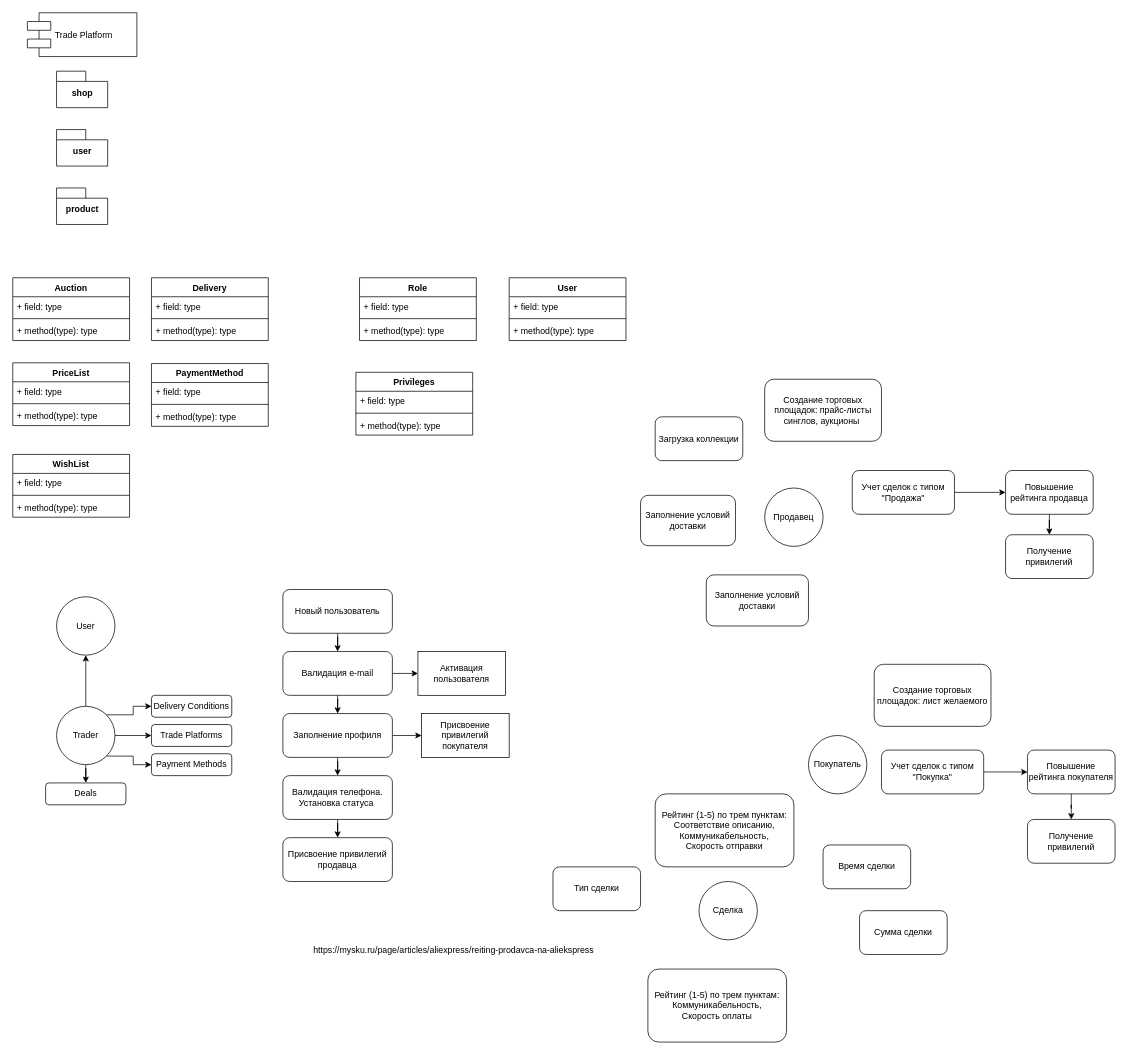
This is discard.drawio from Symryvvin/draw.io-filestorage, a draw.io file, before an edit. Source tidied: cells renumbered, new cells numbered last; positions are measured from the earlier drawing's top-left corner, leaving out a move shared by most shapes. Both pictures are drawn from the tidied source at 73%, with x=0, y=0 at pixel (12, 12).
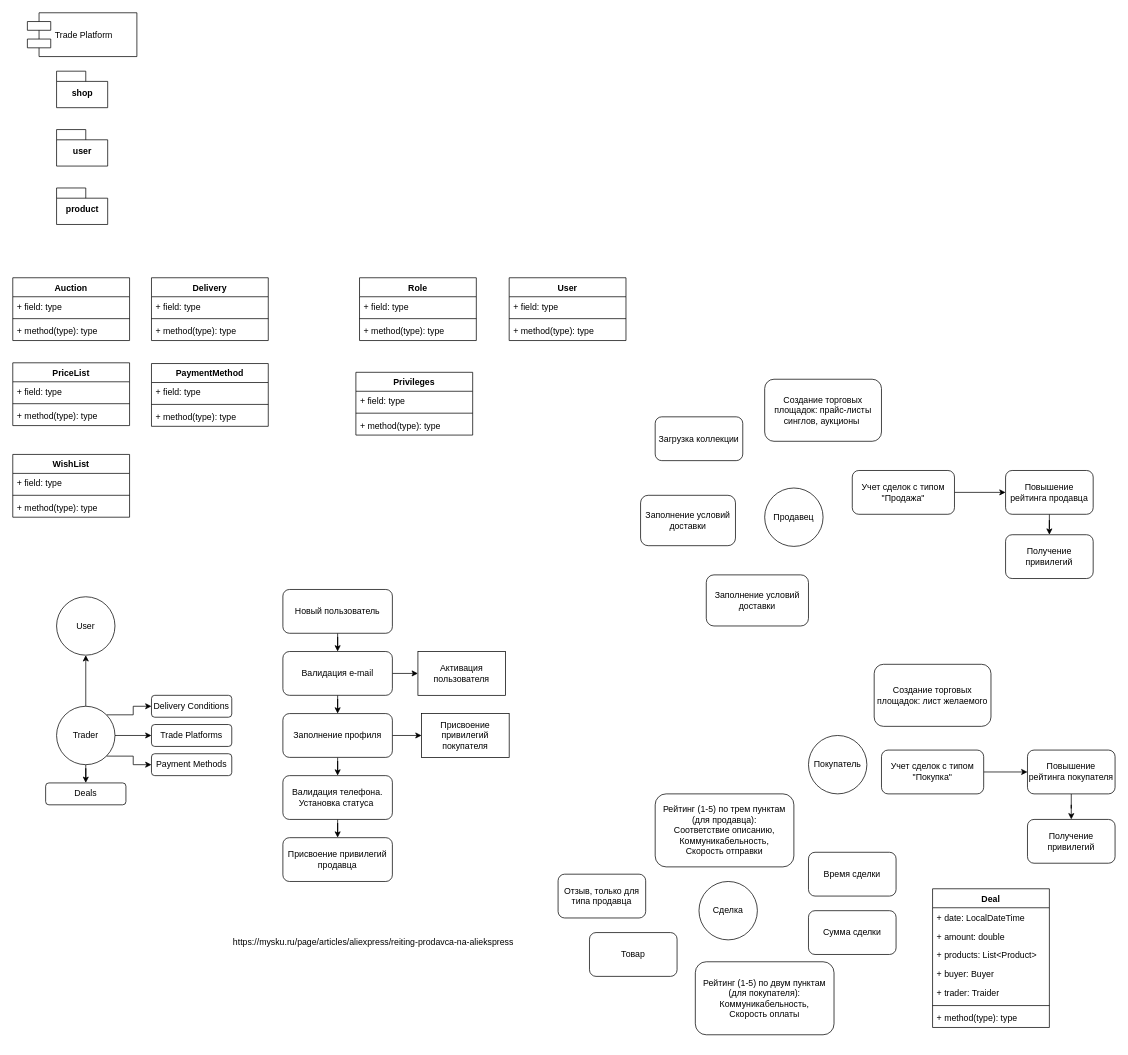
The same diagram, later.

Diff of the diagram source:
```diff
@@
-    <mxCell id="80" value="Рейтинг (1-5) по трем пунктам:&lt;br&gt;Соответствие описанию,&lt;br&gt;Коммуникабельность,&lt;br&gt;Скорость отправки" style="rounded=1;whiteSpace=wrap;html=1;" parent="1" vertex="1">
+    <mxCell id="80" value="Рейтинг (1-5) по трем пунктам&lt;br&gt;(для продавца):&lt;br&gt;Соответствие описанию,&lt;br&gt;Коммуникабельность,&lt;br&gt;Скорость отправки" style="rounded=1;whiteSpace=wrap;html=1;" parent="1" vertex="1">
       <mxGeometry x="880" y="1070" width="190" height="100" as="geometry" />
     </mxCell>
     <mxCell id="81" value="Время сделки" style="rounded=1;whiteSpace=wrap;html=1;" parent="1" vertex="1">
-      <mxGeometry x="1110" y="1140" width="120" height="60" as="geometry" />
+      <mxGeometry x="1090" y="1150" width="120" height="60" as="geometry" />
     </mxCell>
     <mxCell id="82" value="Сумма сделки" style="rounded=1;whiteSpace=wrap;html=1;" parent="1" vertex="1">
-      <mxGeometry x="1160" y="1230" width="120" height="60" as="geometry" />
+      <mxGeometry x="1090" y="1230" width="120" height="60" as="geometry" />
     </mxCell>
-    <mxCell id="83" value="Тип сделки" style="rounded=1;whiteSpace=wrap;html=1;" parent="1" vertex="1">
-      <mxGeometry x="740" y="1170" width="120" height="60" as="geometry" />
-    </mxCell>
-    <mxCell id="84" value="Рейтинг (1-5) по трем пунктам:&lt;br&gt;Коммуникабельность,&lt;br&gt;Скорость оплаты" style="rounded=1;whiteSpace=wrap;html=1;" parent="1" vertex="1">
-      <mxGeometry x="870" y="1310" width="190" height="100" as="geometry" />
+    <mxCell id="84" value="Рейтинг (1-5) по двум пунктам (для покупателя):&lt;br&gt;Коммуникабельность,&lt;br&gt;Скорость оплаты" style="rounded=1;whiteSpace=wrap;html=1;" parent="1" vertex="1">
+      <mxGeometry x="935" y="1300" width="190" height="100" as="geometry" />
     </mxCell>
     <mxCell id="85" value="https://mysku.ru/page/articles/aliexpress/reiting-prodavca-na-aliekspress" style="text;html=1;" parent="1" vertex="1">
-      <mxGeometry x="410" y="1270" width="410" height="30" as="geometry" />
+      <mxGeometry x="300" y="1260" width="410" height="30" as="geometry" />
     </mxCell>
+    <mxCell id="86" value="Отзыв, только для типа продавца" style="rounded=1;whiteSpace=wrap;html=1;" parent="1" vertex="1">
+      <mxGeometry x="747" y="1180" width="120" height="60" as="geometry" />
+    </mxCell>
+    <mxCell id="87" value="Deal" style="swimlane;fontStyle=1;align=center;verticalAlign=top;horizontal=1;startSize=26;" parent="1" vertex="1">
+      <mxGeometry x="1260" y="1200" width="160" height="190" as="geometry" />
+    </mxCell>
+    <mxCell id="88" value="+ date: LocalDateTime" style="text;strokeColor=none;fillColor=none;align=left;verticalAlign=top;spacingLeft=4;spacingRight=4;overflow=hidden;" parent="87" vertex="1">
+      <mxGeometry y="26" width="160" height="26" as="geometry" />
+    </mxCell>
+    <mxCell id="89" value="+ amount: double" style="text;strokeColor=none;fillColor=none;align=left;verticalAlign=top;spacingLeft=4;spacingRight=4;overflow=hidden;" parent="87" vertex="1">
+      <mxGeometry y="52" width="160" height="26" as="geometry" />
+    </mxCell>
+    <mxCell id="90" value="+ products: List&lt;Product&gt;" style="text;strokeColor=none;fillColor=none;align=left;verticalAlign=top;spacingLeft=4;spacingRight=4;overflow=hidden;" parent="87" vertex="1">
+      <mxGeometry y="78" width="160" height="26" as="geometry" />
+    </mxCell>
+    <mxCell id="91" value="+ buyer: Buyer" style="text;strokeColor=none;fillColor=none;align=left;verticalAlign=top;spacingLeft=4;spacingRight=4;overflow=hidden;" parent="87" vertex="1">
+      <mxGeometry y="104" width="160" height="26" as="geometry" />
+    </mxCell>
+    <mxCell id="92" value="+ trader: Traider" style="text;strokeColor=none;fillColor=none;align=left;verticalAlign=top;spacingLeft=4;spacingRight=4;overflow=hidden;" parent="87" vertex="1">
+      <mxGeometry y="130" width="160" height="26" as="geometry" />
+    </mxCell>
+    <mxCell id="93" style="line;strokeWidth=1;fillColor=none;align=left;verticalAlign=middle;spacingTop=-1;spacingLeft=3;spacingRight=3;labelPosition=right;" parent="87" vertex="1">
+      <mxGeometry y="156" width="160" height="8" as="geometry" />
+    </mxCell>
+    <mxCell id="94" value="+ method(type): type" style="text;strokeColor=none;fillColor=none;align=left;verticalAlign=top;spacingLeft=4;spacingRight=4;overflow=hidden;" parent="87" vertex="1">
+      <mxGeometry y="164" width="160" height="26" as="geometry" />
+    </mxCell>
+    <mxCell id="95" value="Товар" style="rounded=1;whiteSpace=wrap;html=1;" parent="1" vertex="1">
+      <mxGeometry x="790" y="1260" width="120" height="60" as="geometry" />
+    </mxCell>
```
